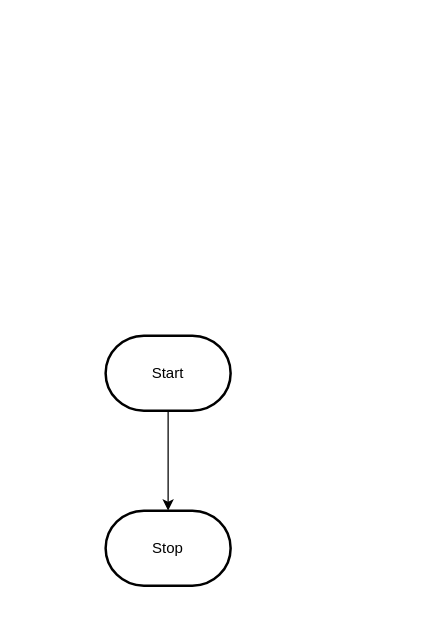
Above: design/flowchart.drawio in MTHS-ICS2O-2-2022/ICS2O-Unit-5-07-lamees-hemdan (draw.io), before the change. Source tidied: cells renumbered, new cells numbered last; positions are measured from the earlier drawing's top-left corner, leaving out a move shared by most shapes. Both pictures are drawn from the tidied source at 125%, with x=0, y=0 at pixel (105, 335).
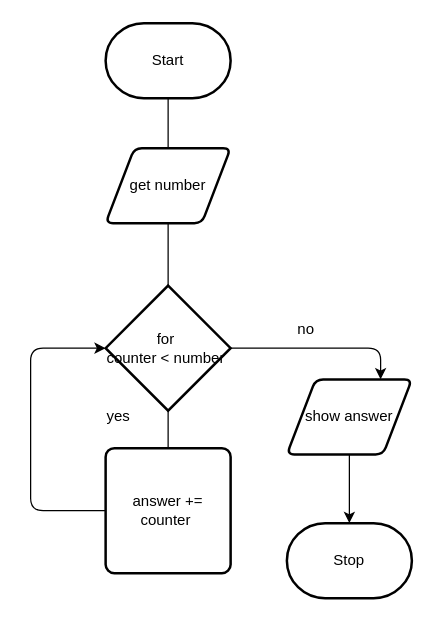
The same page after the edit.

What changed in the source:
```diff
@@
 <mxGraphModel>
   <root>
     <mxCell id="0" />
     <mxCell id="1" parent="0" />
-    <mxCell id="2" style="edgeStyle=orthogonalEdgeStyle;html=1;rounded=0;" parent="1" edge="1" source="3" target="4">
+    <mxCell id="2" style="edgeStyle=orthogonalEdgeStyle;html=1;rounded=0;startArrow=none;exitX=0.5;exitY=1;exitDx=0;exitDy=0;" parent="1" edge="1" source="13" target="4">
       <mxGeometry relative="1" as="geometry" />
     </mxCell>
     <mxCell id="3" value="Start" style="strokeWidth=2;html=1;shape=mxgraph.flowchart.terminator;whiteSpace=wrap;" parent="1" vertex="1">
-      <mxGeometry width="100" height="60" as="geometry" />
+      <mxGeometry y="-250" width="100" height="60" as="geometry" />
     </mxCell>
     <mxCell id="4" value="Stop" style="strokeWidth=2;html=1;shape=mxgraph.flowchart.terminator;whiteSpace=wrap;" parent="1" vertex="1">
-      <mxGeometry y="140" width="100" height="60" as="geometry" />
+      <mxGeometry x="145" y="150" width="100" height="60" as="geometry" />
     </mxCell>
+    <mxCell id="5" style="edgeStyle=orthogonalEdgeStyle;html=1;rounded=0;endArrow=none;" parent="1" edge="1" source="3" target="6">
+      <mxGeometry relative="1" as="geometry" />
+    </mxCell>
+    <mxCell id="6" value="get number" style="shape=parallelogram;html=1;strokeWidth=2;perimeter=parallelogramPerimeter;whiteSpace=wrap;rounded=1;arcSize=12;size=0.23;" parent="1" vertex="1">
+      <mxGeometry y="-150" width="100" height="60" as="geometry" />
+    </mxCell>
+    <mxCell id="7" style="edgeStyle=orthogonalEdgeStyle;html=1;rounded=0;startArrow=none;endArrow=none;" parent="1" edge="1" source="6" target="9">
+      <mxGeometry relative="1" as="geometry" />
+    </mxCell>
+    <mxCell id="8" style="edgeStyle=orthogonalEdgeStyle;html=1;exitX=1;exitY=0.5;exitDx=0;exitDy=0;exitPerimeter=0;entryX=0.75;entryY=0;entryDx=0;entryDy=0;" parent="1" edge="1" source="9" target="13">
+      <mxGeometry relative="1" as="geometry" />
+    </mxCell>
+    <mxCell id="9" value="for&amp;nbsp;&lt;br&gt;counter &amp;lt; number&amp;nbsp;" style="strokeWidth=2;html=1;shape=mxgraph.flowchart.decision;whiteSpace=wrap;" parent="1" vertex="1">
+      <mxGeometry y="-40" width="100" height="100" as="geometry" />
+    </mxCell>
+    <mxCell id="10" style="edgeStyle=orthogonalEdgeStyle;html=1;rounded=0;startArrow=none;endArrow=none;" parent="1" edge="1" source="9" target="12">
+      <mxGeometry relative="1" as="geometry" />
+    </mxCell>
+    <mxCell id="11" style="edgeStyle=orthogonalEdgeStyle;html=1;exitX=0;exitY=0.5;exitDx=0;exitDy=0;entryX=0;entryY=0.5;entryDx=0;entryDy=0;entryPerimeter=0;" parent="1" edge="1" source="12" target="9">
+      <mxGeometry relative="1" as="geometry">
+        <Array as="points">
+          <mxPoint x="-60" y="140" />
+          <mxPoint x="-60" y="10" />
+        </Array>
+      </mxGeometry>
+    </mxCell>
+    <mxCell id="12" value="answer += counter&amp;nbsp;" style="rounded=1;whiteSpace=wrap;html=1;absoluteArcSize=1;arcSize=14;strokeWidth=2;" parent="1" vertex="1">
+      <mxGeometry y="90" width="100" height="100" as="geometry" />
+    </mxCell>
+    <mxCell id="13" value="show answer" style="shape=parallelogram;html=1;strokeWidth=2;perimeter=parallelogramPerimeter;whiteSpace=wrap;rounded=1;arcSize=12;size=0.23;" parent="1" vertex="1">
+      <mxGeometry x="145" y="35" width="100" height="60" as="geometry" />
+    </mxCell>
+    <mxCell id="14" value="yes" style="text;html=1;align=center;verticalAlign=middle;strokeColor=none;fillColor=none;" parent="1" vertex="1">
+      <mxGeometry x="-10" y="50" width="40" height="30" as="geometry" />
+    </mxCell>
+    <mxCell id="15" value="no" style="text;html=1;align=center;verticalAlign=middle;strokeColor=none;fillColor=none;" parent="1" vertex="1">
+      <mxGeometry x="140" y="-20" width="40" height="30" as="geometry" />
+    </mxCell>
   </root>
 </mxGraphModel>
```
